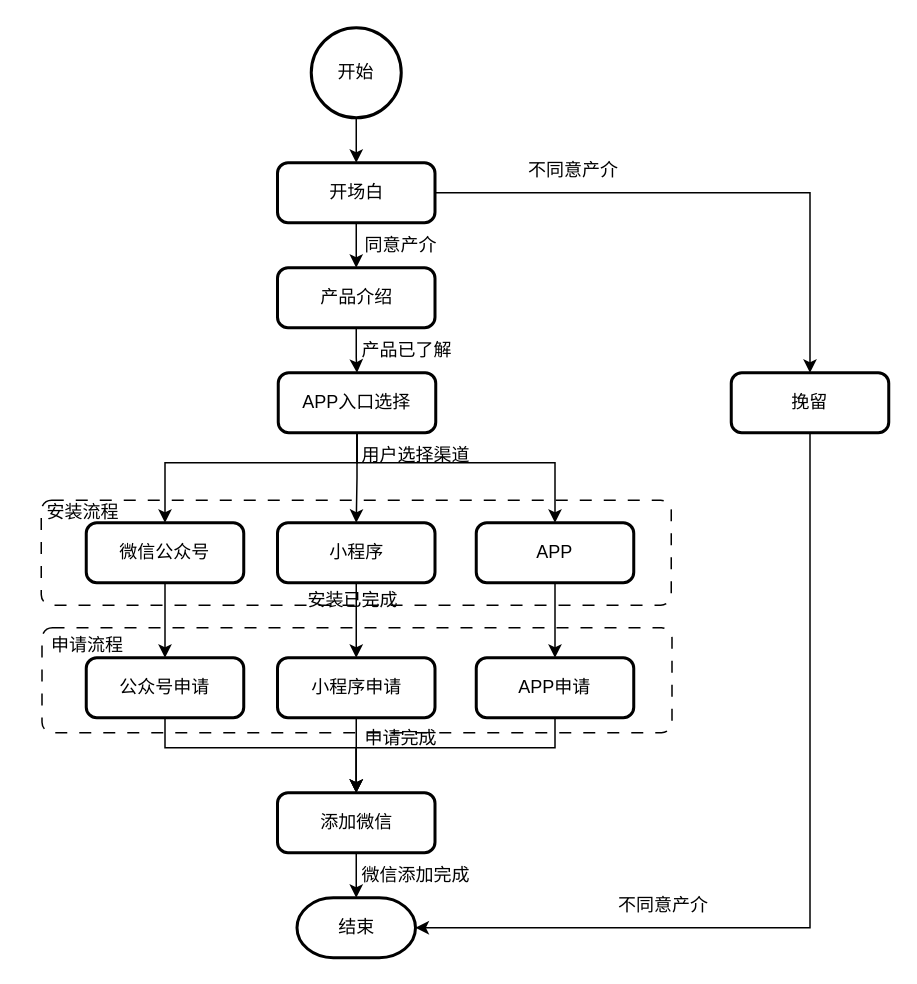
Above: 未命名绘图.drawio in Qiuzg/fluent (draw.io), before the change. Source tidied: cells renumbered, new cells numbered last; positions are measured from the earlier drawing's top-left corner, leaving out a move shared by most shapes. Both pictures are drawn from the tidied source at 150%, with x=0, y=0 at pixel (38, 27).
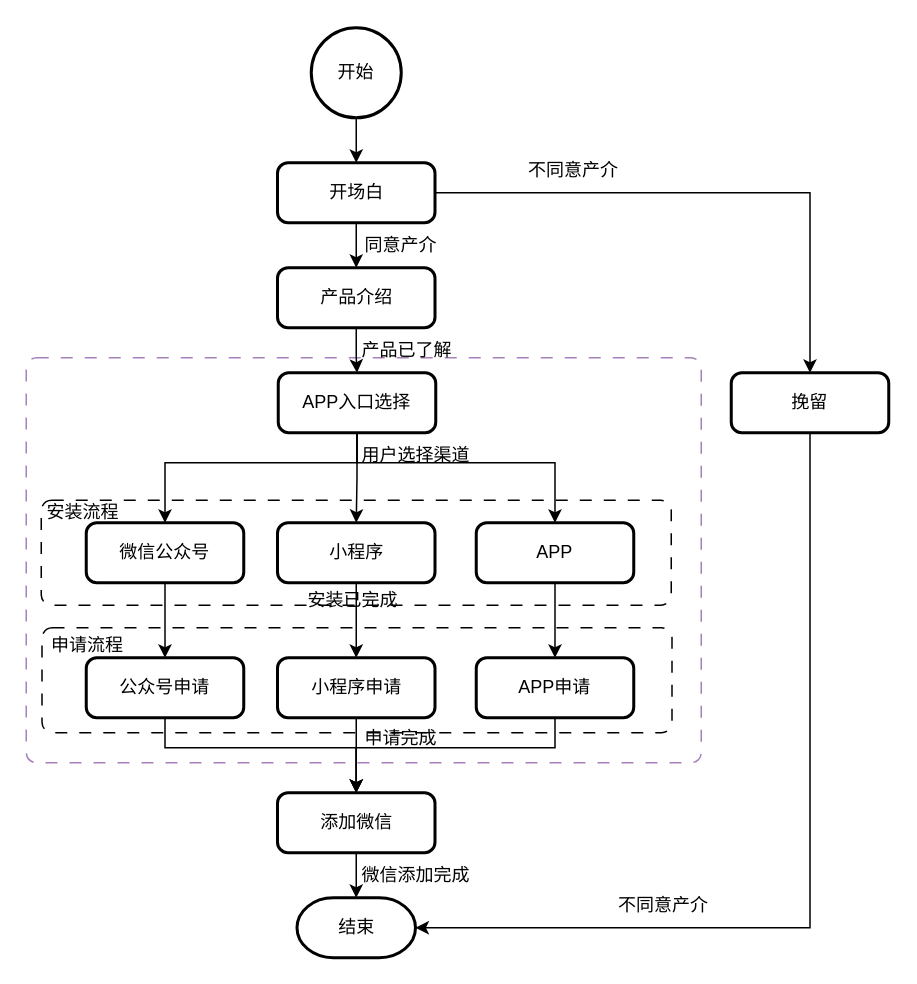
Above is the later version.

Commit message (it also covers changes not shown here):
更新未命名绘图.drawio

What changed in the source:
```diff
@@
+    <mxCell id="42" style="rounded=1;whiteSpace=wrap;html=1;absoluteArcSize=1;arcSize=14;strokeWidth=1;dashed=1;dashPattern=8 8;strokeColor=#A680B8;" parent="1" vertex="1">
+      <mxGeometry x="-8" y="220" width="450" height="270" as="geometry" />
+    </mxCell>
```
